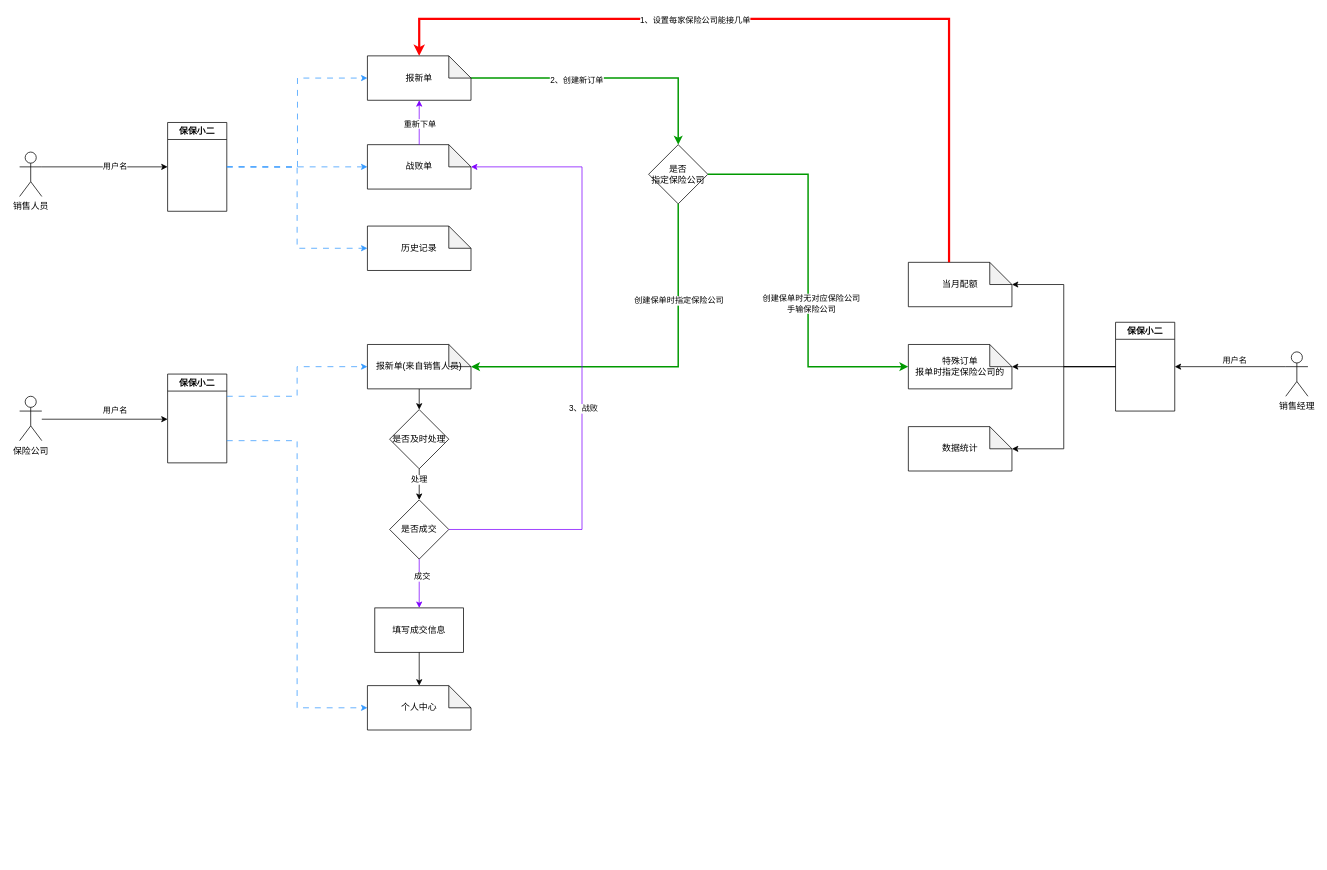
Earlier version of the draw.io diagram JeecgBoot包结构图.drawio (loverfang/mydiagrams). Source tidied: cells renumbered, new cells numbered last; positions are measured from the earlier drawing's top-left corner, leaving out a move shared by most shapes. Both pictures are drawn from the tidied source at 74%, with x=0, y=0 at pixel (19, 18).
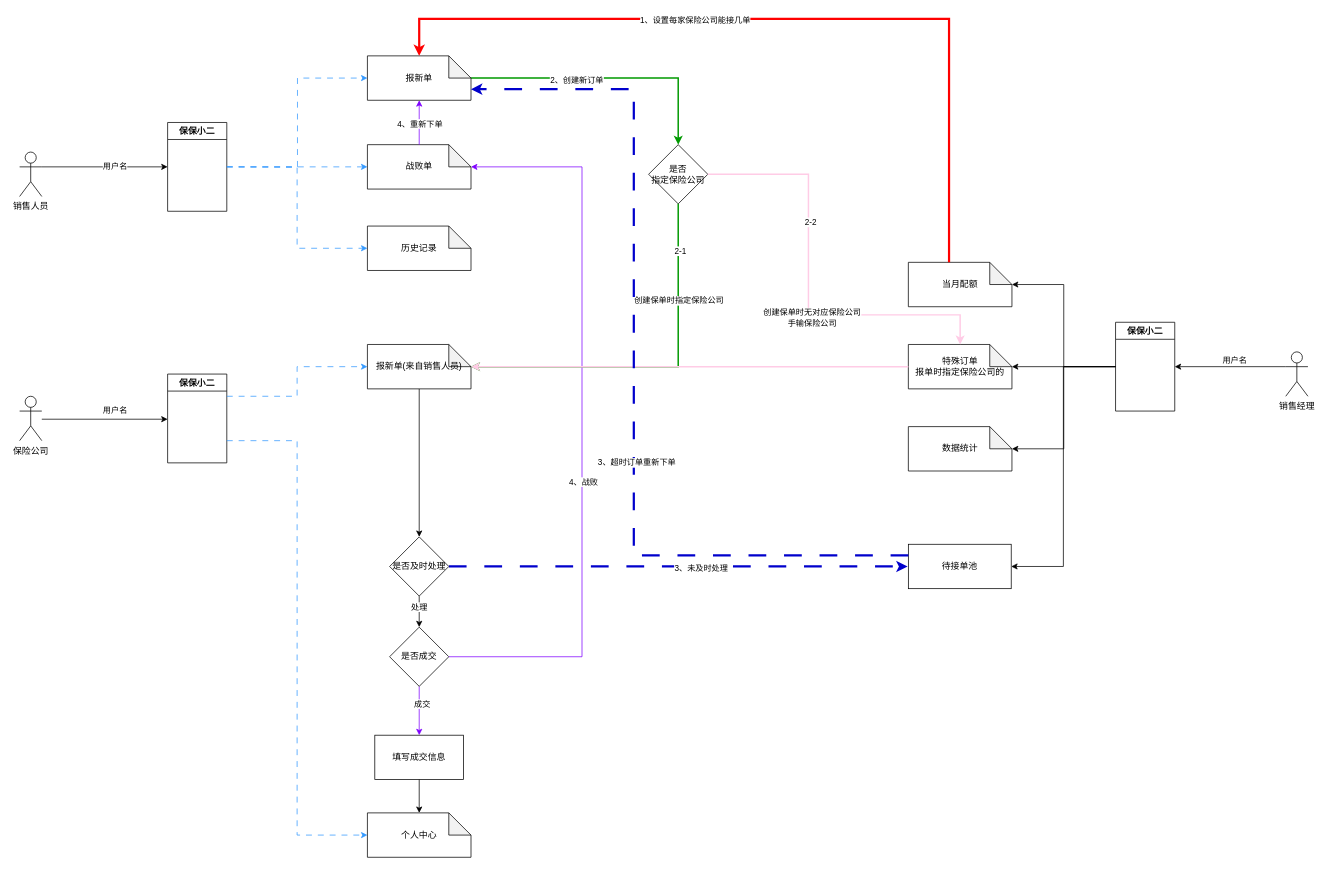
After the change.

Commit message:
保保小二业务流程图.drawio

Unchanged cells that the change refers to:
```xml
<mxCell id="8" value="报新单" style="shape=note;whiteSpace=wrap;html=1;backgroundOutline=1;darkOpacity=0.05;" parent="1" vertex="1">
  <mxGeometry x="470" y="50" width="140" height="60" as="geometry" />
</mxCell>
<mxCell id="12" value="战败单" style="shape=note;whiteSpace=wrap;html=1;backgroundOutline=1;darkOpacity=0.05;" parent="1" vertex="1">
  <mxGeometry x="470" y="170" width="140" height="60" as="geometry" />
</mxCell>
<mxCell id="19" value="报新单(来自销售人员)" style="shape=note;whiteSpace=wrap;html=1;backgroundOutline=1;darkOpacity=0.05;" parent="1" vertex="1">
  <mxGeometry x="470" y="440" width="140" height="60" as="geometry" />
</mxCell>
<mxCell id="32" value="保保小二" style="swimlane;whiteSpace=wrap;html=1;startSize=23;" parent="1" vertex="1">
  <mxGeometry x="1481" y="410" width="80" height="120" as="geometry" />
</mxCell>
<mxCell id="36" value="特殊订单&lt;div&gt;报单时指定保险公司的&lt;/div&gt;" style="shape=note;whiteSpace=wrap;html=1;backgroundOutline=1;darkOpacity=0.05;" parent="1" vertex="1">
  <mxGeometry x="1201" y="440" width="140" height="60" as="geometry" />
</mxCell>
<mxCell id="43" value="是否&lt;div&gt;指定保险公司&lt;/div&gt;" style="rhombus;whiteSpace=wrap;html=1;" parent="1" vertex="1">
  <mxGeometry x="850" y="170" width="80" height="80" as="geometry" />
</mxCell>
<mxCell id="44" style="edgeStyle=orthogonalEdgeStyle;rounded=0;jettySize=auto;html=1;exitX=0.5;exitY=1;exitDx=0;exitDy=0;entryX=0;entryY=0;entryDx=140;entryDy=30;entryPerimeter=0;strokeColor=#009900;strokeWidth=2;" parent="1" edge="1" source="43" target="19">
  <mxGeometry relative="1" as="geometry" />
</mxCell>
<mxCell id="50" style="edgeStyle=orthogonalEdgeStyle;rounded=0;jettySize=auto;html=1;exitX=0.5;exitY=0;exitDx=0;exitDy=0;exitPerimeter=0;entryX=0.5;entryY=1;entryDx=0;entryDy=0;entryPerimeter=0;strokeColor=#7F00FF;" parent="1" edge="1" source="12" target="8">
  <mxGeometry relative="1" as="geometry" />
</mxCell>
```

What changed in the source:
```diff
@@
     <mxCell id="20" value="个人中心" style="shape=note;whiteSpace=wrap;html=1;backgroundOutline=1;darkOpacity=0.05;" parent="1" vertex="1">
-      <mxGeometry x="470" y="901" width="140" height="60" as="geometry" />
+      <mxGeometry x="470" y="1073" width="140" height="60" as="geometry" />
     </mxCell>
@@
     <mxCell id="25" value="是否成交" style="rhombus;whiteSpace=wrap;html=1;" parent="1" vertex="1">
-      <mxGeometry x="500" y="650" width="80" height="80" as="geometry" />
+      <mxGeometry x="500" y="822" width="80" height="80" as="geometry" />
     </mxCell>
     <mxCell id="26" value="填写成交信息" style="rounded=0;whiteSpace=wrap;html=1;" parent="1" vertex="1">
-      <mxGeometry x="480" y="796" width="120" height="60" as="geometry" />
+      <mxGeometry x="480" y="968" width="120" height="60" as="geometry" />
     </mxCell>
@@
+    <mxCell id="52" style="edgeStyle=orthogonalEdgeStyle;rounded=0;jettySize=auto;html=1;exitX=1;exitY=0.5;exitDx=0;exitDy=0;strokeColor=#0000CC;strokeWidth=3;dashed=1;dashPattern=8 8;" parent="1" edge="1" source="30">
+      <mxGeometry relative="1" as="geometry">
+        <mxPoint x="1200" y="740" as="targetPoint" />
+      </mxGeometry>
+    </mxCell>
+    <mxCell id="53" value="3、未及时处理" style="edgeLabel;html=1;align=center;verticalAlign=middle;" parent="52" vertex="1">
+      <mxGeometry x="0.1" y="-2" relative="1" as="geometry" />
+    </mxCell>
     <mxCell id="30" value="是否及时处理" style="rhombus;whiteSpace=wrap;html=1;" parent="1" vertex="1">
-      <mxGeometry x="500" y="528" width="80" height="80" as="geometry" />
+      <mxGeometry x="500" y="700" width="80" height="80" as="geometry" />
     </mxCell>
@@
+    <mxCell id="54" style="edgeStyle=orthogonalEdgeStyle;rounded=0;jettySize=auto;html=1;entryX=1;entryY=0.5;entryDx=0;entryDy=0;" parent="1" edge="1" source="32" target="57">
+      <mxGeometry relative="1" as="geometry" />
+    </mxCell>
@@
+    <mxCell id="55" value="2-1" style="edgeLabel;html=1;align=center;verticalAlign=middle;" parent="44" vertex="1">
+      <mxGeometry x="-0.75" y="2" relative="1" as="geometry" />
+    </mxCell>
-    <mxCell id="46" style="edgeStyle=orthogonalEdgeStyle;rounded=0;jettySize=auto;html=1;exitX=1;exitY=0.5;exitDx=0;exitDy=0;entryX=0;entryY=0.5;entryDx=0;entryDy=0;entryPerimeter=0;strokeColor=#009900;strokeWidth=2;" parent="1" edge="1" source="43" target="36">
-      <mxGeometry relative="1" as="geometry" />
+    <mxCell id="46" style="edgeStyle=orthogonalEdgeStyle;rounded=0;jettySize=auto;html=1;exitX=1;exitY=0.5;exitDx=0;exitDy=0;entryX=0.5;entryY=0;entryDx=0;entryDy=0;entryPerimeter=0;strokeColor=#FFCCE6;strokeWidth=2;fillColor=#f8cecc;" parent="1" edge="1" source="43" target="36">
+      <mxGeometry relative="1" as="geometry">
+        <Array as="points">
+          <mxPoint x="1066" y="210" />
+          <mxPoint x="1066" y="400" />
+          <mxPoint x="1271" y="400" />
+        </Array>
+      </mxGeometry>
     </mxCell>
@@
+    <mxCell id="56" value="2-2" style="edgeLabel;html=1;align=center;verticalAlign=middle;" parent="46" vertex="1">
+      <mxGeometry x="-0.3" y="2" relative="1" as="geometry" />
+    </mxCell>
     <mxCell id="48" style="edgeStyle=orthogonalEdgeStyle;rounded=0;jettySize=auto;html=1;exitX=1;exitY=0.5;exitDx=0;exitDy=0;entryX=0;entryY=0;entryDx=140;entryDy=30;entryPerimeter=0;strokeColor=#7F00FF;" parent="1" edge="1" source="25" target="12">
       <mxGeometry relative="1" as="geometry">
         <Array as="points">
-          <mxPoint x="760" y="690" />
+          <mxPoint x="760" y="862" />
           <mxPoint x="760" y="200" />
         </Array>
       </mxGeometry>
     </mxCell>
-    <mxCell id="49" value="3、战败" style="edgeLabel;html=1;align=center;verticalAlign=middle;" parent="48" vertex="1">
+    <mxCell id="49" value="4、战败" style="edgeLabel;html=1;align=center;verticalAlign=middle;" parent="48" vertex="1">
       <mxGeometry x="-0.16" y="-1" relative="1" as="geometry" />
     </mxCell>
@@
-    <mxCell id="51" value="重新下单" style="edgeLabel;html=1;align=center;verticalAlign=middle;" parent="50" vertex="1">
+    <mxCell id="51" value="4、重新下单" style="edgeLabel;html=1;align=center;verticalAlign=middle;" parent="50" vertex="1">
       <mxGeometry x="-0.03" relative="1" as="geometry" />
     </mxCell>
+    <mxCell id="57" value="待接单池" style="whiteSpace=wrap;html=1;" parent="1" vertex="1">
+      <mxGeometry x="1201" y="710" width="139" height="60" as="geometry" />
+    </mxCell>
+    <mxCell id="58" style="edgeStyle=orthogonalEdgeStyle;rounded=0;jettySize=auto;html=1;exitX=0;exitY=0.5;exitDx=0;exitDy=0;exitPerimeter=0;entryX=0;entryY=0;entryDx=140;entryDy=30;entryPerimeter=0;strokeWidth=2;strokeColor=#FFCCE6;" parent="1" edge="1" source="36" target="19">
+      <mxGeometry relative="1" as="geometry" />
+    </mxCell>
+    <mxCell id="59" style="edgeStyle=orthogonalEdgeStyle;rounded=0;jettySize=auto;html=1;exitX=0;exitY=0.25;exitDx=0;exitDy=0;entryX=0;entryY=0;entryDx=140;entryDy=45;entryPerimeter=0;strokeColor=#0000CC;strokeWidth=3;dashed=1;dashPattern=8 8;" parent="1" edge="1" source="57" target="8">
+      <mxGeometry relative="1" as="geometry">
+        <Array as="points">
+          <mxPoint x="830" y="725" />
+          <mxPoint x="830" y="95" />
+        </Array>
+      </mxGeometry>
+    </mxCell>
+    <mxCell id="60" value="3、超时订单重新下单" style="edgeLabel;html=1;align=center;verticalAlign=middle;" parent="59" vertex="1">
+      <mxGeometry x="0.11" y="-3" relative="1" as="geometry">
+        <mxPoint y="181" as="offset" />
+      </mxGeometry>
+    </mxCell>
```
